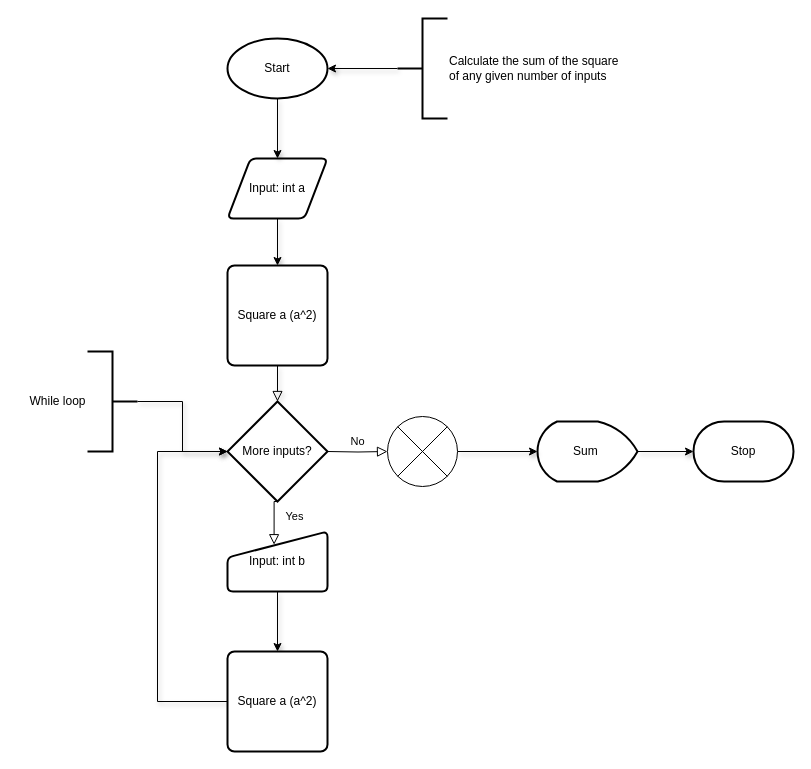
Before: Untitled Diagram.drawio in Hershewajue/Algorithms, a draw.io diagram. Source tidied: cells renumbered, new cells numbered last; positions are measured from the earlier drawing's top-left corner, leaving out a move shared by most shapes. Both pictures are drawn from the tidied source at 100%, with x=0, y=0 at pixel (17, 18).
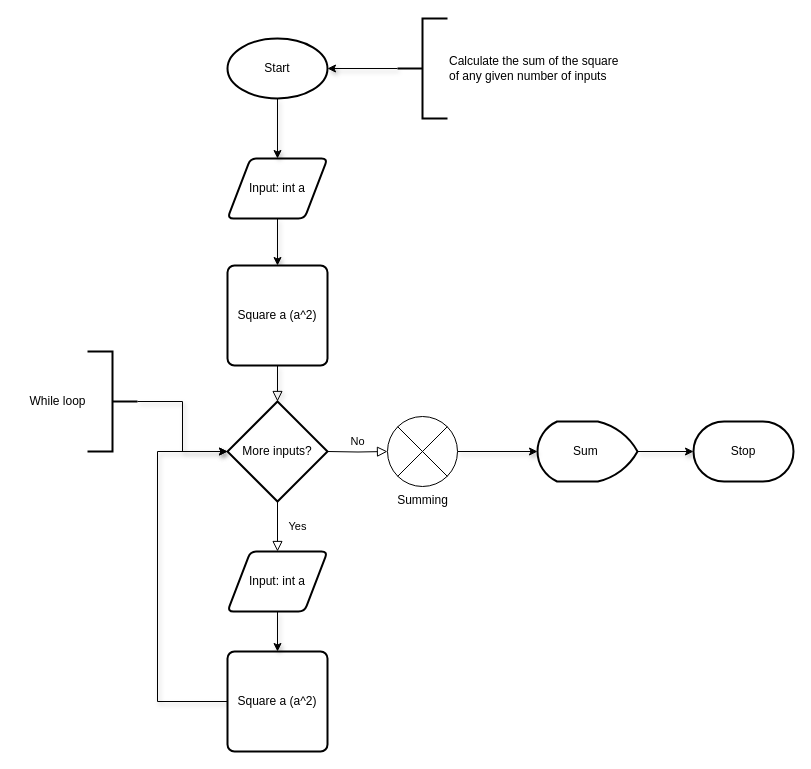
The same diagram, later.

The change refers to these unchanged cells:
```xml
<mxCell id="22" value="Square a (a^2)" style="rounded=1;whiteSpace=wrap;html=1;absoluteArcSize=1;arcSize=14;strokeWidth=2;" parent="1" vertex="1">
  <mxGeometry x="210" y="633" width="100" height="100" as="geometry" />
</mxCell>
<mxCell id="24" value="More inputs?" style="strokeWidth=2;html=1;shape=mxgraph.flowchart.decision;whiteSpace=wrap;" parent="1" vertex="1">
  <mxGeometry x="210" y="383" width="100" height="100" as="geometry" />
</mxCell>
```

The edit, as a diff of the source:
```diff
@@
-    <mxCell id="4" value="Yes" style="rounded=0;html=1;jettySize=auto;fontSize=11;endArrow=block;endFill=0;endSize=8;strokeWidth=1;shadow=0;labelBackgroundColor=none;edgeStyle=orthogonalEdgeStyle;entryX=0.466;entryY=0.22;entryDx=0;entryDy=0;entryPerimeter=0;" parent="1" edge="1" target="23">
-      <mxGeometry y="20" relative="1" as="geometry">
-        <mxPoint x="260" y="473" as="sourcePoint" />
-        <Array as="points">
-          <mxPoint x="260" y="483" />
-          <mxPoint x="257" y="483" />
-        </Array>
-      </mxGeometry>
+    <mxCell id="4" value="Yes" style="rounded=0;html=1;jettySize=auto;fontSize=11;endArrow=block;endFill=0;endSize=8;strokeWidth=1;shadow=0;labelBackgroundColor=none;edgeStyle=orthogonalEdgeStyle;entryX=0.5;entryY=0;entryDx=0;entryDy=0;exitX=0.5;exitY=1;exitDx=0;exitDy=0;exitPerimeter=0;" parent="1" edge="1" source="24" target="26">
+      <mxGeometry y="20" relative="1" as="geometry" />
     </mxCell>
@@
-    <mxCell id="6" style="edgeStyle=orthogonalEdgeStyle;rounded=0;jettySize=auto;html=1;shadow=1;entryX=0.5;entryY=0;entryDx=0;entryDy=0;exitX=0.5;exitY=1;exitDx=0;exitDy=0;" parent="1" edge="1" source="23" target="22">
-      <mxGeometry relative="1" as="geometry" />
-    </mxCell>
@@
-    <mxCell id="20" style="verticalLabelPosition=bottom;verticalAlign=top;html=1;shape=mxgraph.flowchart.or;" parent="1" vertex="1">
+    <mxCell id="20" value="Summing" style="verticalLabelPosition=bottom;verticalAlign=top;html=1;shape=mxgraph.flowchart.or;" parent="1" vertex="1">
       <mxGeometry x="370" y="398" width="70" height="70" as="geometry" />
     </mxCell>
@@
-    <mxCell id="23" value="Input: int b" style="html=1;strokeWidth=2;shape=manualInput;whiteSpace=wrap;rounded=1;size=26;arcSize=11;" parent="1" vertex="1">
-      <mxGeometry x="210" y="513" width="100" height="60" as="geometry" />
-    </mxCell>
@@
+    <mxCell id="25" style="edgeStyle=orthogonalEdgeStyle;rounded=0;jettySize=auto;html=1;shadow=1;" parent="1" edge="1" source="26" target="22">
+      <mxGeometry relative="1" as="geometry" />
+    </mxCell>
+    <mxCell id="26" value="Input: int a" style="shape=parallelogram;html=1;strokeWidth=2;perimeter=parallelogramPerimeter;whiteSpace=wrap;rounded=1;arcSize=12;size=0.23;" parent="1" vertex="1">
+      <mxGeometry x="210" y="533" width="100" height="60" as="geometry" />
+    </mxCell>
```
